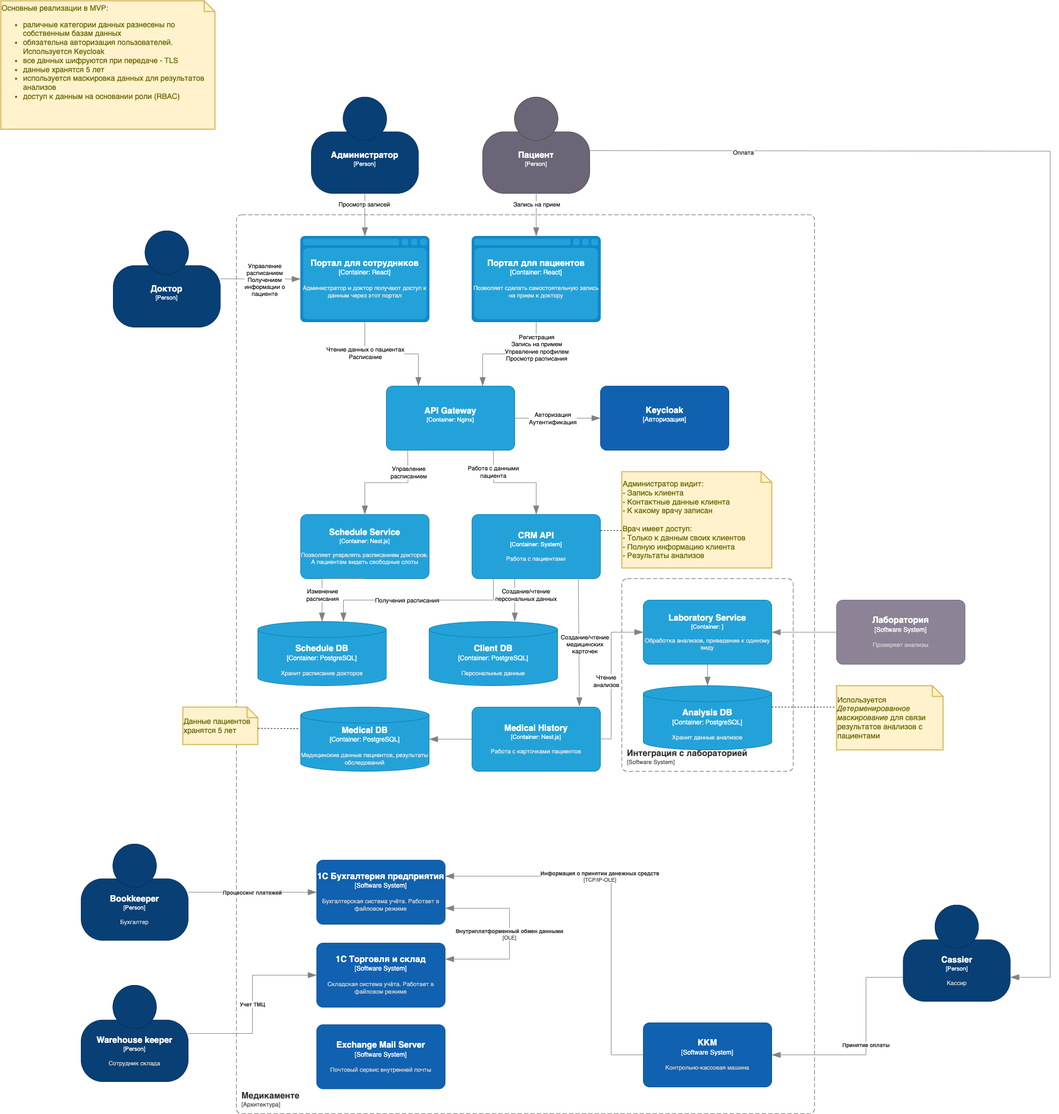
Above: Exc2/с4_container_mvp.png in Janitor93/architecture-sprint-10 (draw.io), before the change. Source tidied: cells renumbered, new cells last; positions are measured from the earlier drawing's top-left corner, leaving out a move shared by most shapes.
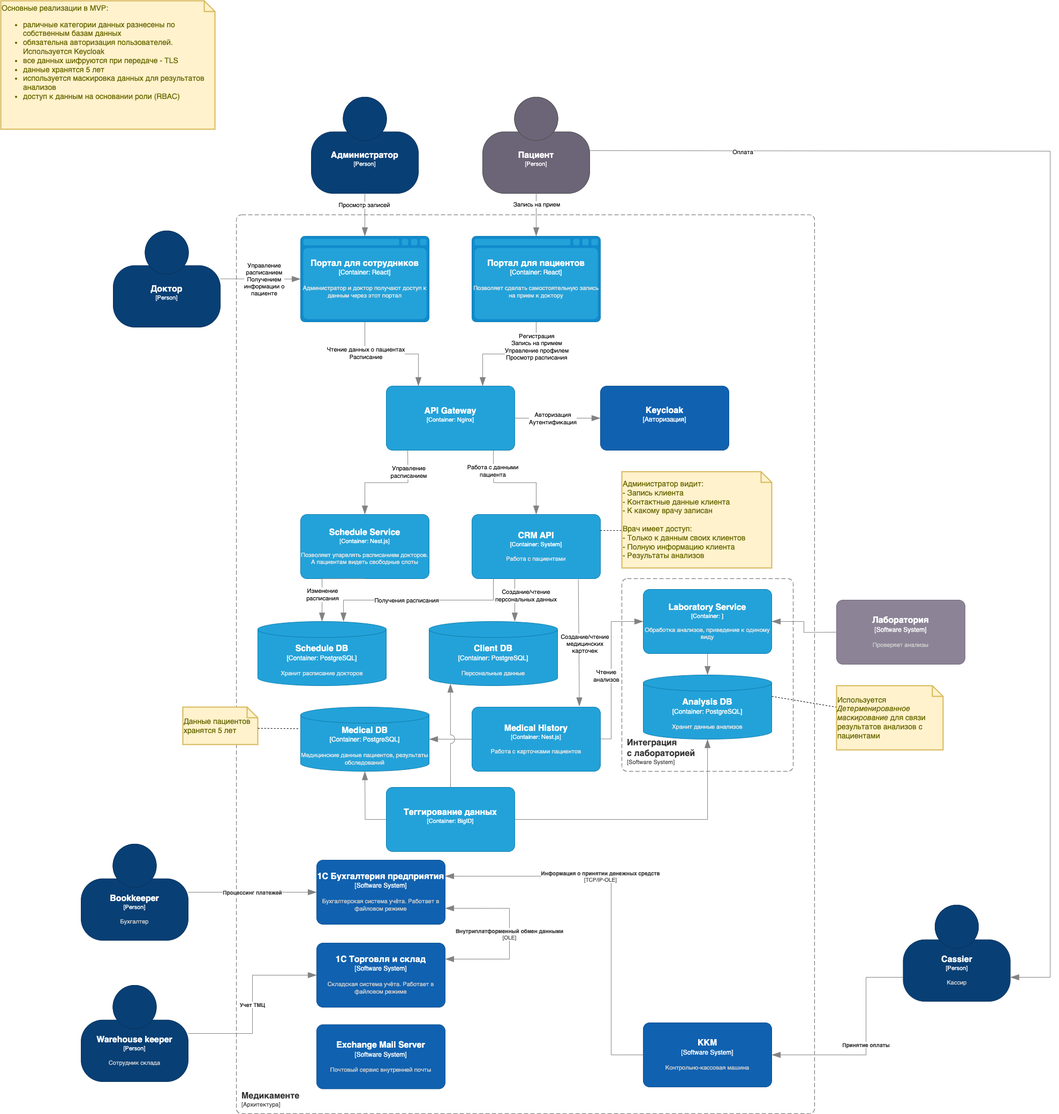
Above is the later version.

Change to the diagram source:
```diff
@@ -195,25 +195,25 @@
         <mxGeometry x="1561" y="1120" width="240" height="120" as="geometry" />
       </mxCell>
     </object>
-    <object id="38" label="&lt;font style=&quot;font-size: 16px&quot;&gt;&lt;b&gt;&lt;div style=&quot;text-align: left&quot;&gt;%c4Name%&lt;/div&gt;&lt;/b&gt;&lt;/font&gt;&lt;div style=&quot;text-align: left&quot;&gt;[%c4Application%]&lt;/div&gt;" c4Application="Software System" c4Name="Интеграция с лабораторией" c4Type="SystemScopeBoundary" placeholders="1">
+    <object id="38" label="&lt;font style=&quot;font-size: 16px&quot;&gt;&lt;b&gt;&lt;div style=&quot;text-align: left&quot;&gt;%c4Name%&lt;/div&gt;&lt;/b&gt;&lt;/font&gt;&lt;div style=&quot;text-align: left&quot;&gt;[%c4Application%]&lt;/div&gt;" c4Application="Software System" c4Name="Интеграция&#10;с лабораторией" c4Type="SystemScopeBoundary" placeholders="1">
       <mxCell style="rounded=1;fontSize=11;whiteSpace=wrap;html=1;dashed=1;arcSize=20;fillColor=none;strokeColor=#666666;fontColor=#333333;labelBackgroundColor=none;align=left;verticalAlign=bottom;labelBorderColor=none;spacingTop=0;spacing=10;dashPattern=8 4;perimeter=rectanglePerimeter;noLabel=0;labelPadding=0;absoluteArcSize=1;" parent="1" vertex="1">
         <mxGeometry x="1160" y="1080" width="320" height="360" as="geometry" />
       </mxCell>
     </object>
     <object id="39" label="&lt;font style=&quot;font-size: 16px&quot;&gt;&lt;b&gt;%c4Name%&lt;/b&gt;&lt;/font&gt;&lt;div&gt;[%c4Type%: %c4Technology%]&lt;/div&gt;&lt;br&gt;&lt;div&gt;&lt;font style=&quot;font-size: 11px&quot;&gt;&lt;font color=&quot;#E6E6E6&quot;&gt;%c4Description%&lt;/font&gt;&lt;/div&gt;" c4Description="Обработка анализов, приведение к одиному виду" c4Name="Laboratory Service" c4Technology="" c4Type="Container" placeholders="1">
       <mxCell style="rounded=1;whiteSpace=wrap;html=1;fontSize=11;labelBackgroundColor=none;fillColor=#23A2D9;fontColor=#ffffff;align=center;arcSize=10;strokeColor=#0E7DAD;points=[[0.25,0,0],[0.5,0,0],[0.75,0,0],[1,0.25,0],[1,0.5,0],[1,0.75,0],[0.75,1,0],[0.5,1,0],[0.25,1,0],[0,0.75,0],[0,0.5,0],[0,0.25,0]];" parent="1" vertex="1">
-        <mxGeometry x="1200" y="1120" width="240" height="120" as="geometry" />
+        <mxGeometry x="1200" y="1100" width="240" height="120" as="geometry" />
       </mxCell>
     </object>
     <object id="40" label="&lt;font style=&quot;font-size: 16px&quot;&gt;&lt;b&gt;%c4Name%&lt;/b&gt;&lt;/font&gt;&lt;div&gt;[%c4Type%:&amp;nbsp;%c4Technology%]&lt;/div&gt;&lt;br&gt;&lt;div&gt;&lt;font style=&quot;font-size: 11px&quot;&gt;&lt;font color=&quot;#E6E6E6&quot;&gt;%c4Description%&lt;/font&gt;&lt;/div&gt;" c4Description="Хранит данные анализов" c4Name="Analysis DB" c4Technology="PostgreSQL" c4Type="Container" placeholders="1">
       <mxCell style="shape=cylinder3;size=15;whiteSpace=wrap;html=1;boundedLbl=1;rounded=0;labelBackgroundColor=none;fillColor=#23A2D9;fontSize=12;fontColor=#ffffff;align=center;strokeColor=#0E7DAD;points=[[0.5,0,0],[1,0.25,0],[1,0.5,0],[1,0.75,0],[0.5,1,0],[0,0.75,0],[0,0.5,0],[0,0.25,0]];" parent="1" vertex="1">
-        <mxGeometry x="1200" y="1280" width="240" height="120" as="geometry" />
+        <mxGeometry x="1200" y="1260" width="240" height="120" as="geometry" />
       </mxCell>
     </object>
     <object id="41" label="" c4Type="Relationship" placeholders="1">
       <mxCell style="endArrow=blockThin;html=1;fontSize=10;fontColor=#404040;strokeWidth=1;endFill=1;strokeColor=#828282;elbow=vertical;endSize=14;startSize=14;jumpStyle=arc;jumpSize=16;rounded=0;edgeStyle=orthogonalEdgeStyle;exitX=0.5;exitY=1;exitDx=0;exitDy=0;exitPerimeter=0;" parent="1" edge="1" source="39">
         <mxGeometry relative="1" as="geometry">
-          <mxPoint x="1320" y="1280" as="targetPoint" />
+          <mxPoint x="1320" y="1260" as="targetPoint" />
         </mxGeometry>
       </mxCell>
     </object>
@@ -269,7 +269,7 @@
           <mxPoint x="1120" y="1379.5" as="sourcePoint" />
           <Array as="points">
             <mxPoint x="1140" y="1380" />
-            <mxPoint x="1140" y="1180" />
+            <mxPoint x="1140" y="1160" />
           </Array>
         </mxGeometry>
       </mxCell>
@@ -384,5 +384,27 @@
     <mxCell id="69" value="&lt;div&gt;Основные реализации в MVP:&lt;/div&gt;&lt;ul&gt;&lt;li&gt;раличные категории данных разнесены по собственным базам данных&lt;/li&gt;&lt;li&gt;обязательна авторизация пользователей. Используется Keycloak&lt;/li&gt;&lt;li&gt;все данных шифруются при передаче - TLS&lt;/li&gt;&lt;li&gt;данные хранятся 5 лет&lt;/li&gt;&lt;li&gt;используется маскировка данных для результатов анализов&lt;/li&gt;&lt;li&gt;доступ к данным на основании роли (RBAC)&lt;/li&gt;&lt;/ul&gt;&lt;div&gt;&lt;br&gt;&lt;/div&gt;&lt;div&gt;&lt;br&gt;&lt;/div&gt;" style="shape=note;strokeWidth=2;fontSize=14;size=20;whiteSpace=wrap;html=1;fillColor=#fff2cc;strokeColor=#d6b656;fontColor=#666600;align=left;" parent="1" vertex="1">
       <mxGeometry width="400" height="240" as="geometry" />
     </mxCell>
+    <object id="70" label="&lt;font style=&quot;font-size: 16px&quot;&gt;&lt;b&gt;%c4Name%&lt;/b&gt;&lt;/font&gt;&lt;div&gt;[%c4Type%: %c4Technology%]&lt;/div&gt;&lt;br&gt;&lt;div&gt;&lt;font style=&quot;font-size: 11px&quot;&gt;&lt;font color=&quot;#E6E6E6&quot;&gt;%c4Description%&lt;/font&gt;&lt;/div&gt;" c4Description="" c4Name="Теггирование данных" c4Technology="BigID" c4Type="Container" placeholders="1">
+      <mxCell style="rounded=1;whiteSpace=wrap;html=1;fontSize=11;labelBackgroundColor=none;fillColor=#23A2D9;fontColor=#ffffff;align=center;arcSize=10;strokeColor=#0E7DAD;points=[[0.25,0,0],[0.5,0,0],[0.75,0,0],[1,0.25,0],[1,0.5,0],[1,0.75,0],[0.75,1,0],[0.5,1,0],[0.25,1,0],[0,0.75,0],[0,0.5,0],[0,0.25,0]];" parent="1" vertex="1">
+        <mxGeometry x="720" y="1470" width="240" height="120" as="geometry" />
+      </mxCell>
+    </object>
+    <object id="71" label="" c4Type="Relationship" placeholders="1">
+      <mxCell style="endArrow=blockThin;html=1;fontSize=10;fontColor=#404040;strokeWidth=1;endFill=1;strokeColor=#828282;elbow=vertical;endSize=14;startSize=14;jumpStyle=arc;jumpSize=16;rounded=0;edgeStyle=orthogonalEdgeStyle;exitX=0.5;exitY=0;exitDx=0;exitDy=0;exitPerimeter=0;entryX=0.166;entryY=0.969;entryDx=0;entryDy=0;entryPerimeter=0;" parent="1" edge="1" source="70" target="29">
+        <mxGeometry relative="1" as="geometry" />
+      </mxCell>
+    </object>
+    <object id="72" label="" c4Type="Relationship" placeholders="1">
+      <mxCell style="endArrow=blockThin;html=1;fontSize=10;fontColor=#404040;strokeWidth=1;endFill=1;strokeColor=#828282;elbow=vertical;endSize=14;startSize=14;jumpStyle=arc;jumpSize=16;rounded=0;edgeStyle=orthogonalEdgeStyle;exitX=0;exitY=0.5;exitDx=0;exitDy=0;exitPerimeter=0;" parent="1" edge="1" source="70">
+        <mxGeometry relative="1" as="geometry">
+          <mxPoint x="680" y="1440" as="targetPoint" />
+        </mxGeometry>
+      </mxCell>
+    </object>
+    <object id="73" label="" c4Type="Relationship" placeholders="1">
+      <mxCell style="endArrow=blockThin;html=1;fontSize=10;fontColor=#404040;strokeWidth=1;endFill=1;strokeColor=#828282;elbow=vertical;endSize=14;startSize=14;jumpStyle=arc;jumpSize=16;rounded=0;edgeStyle=orthogonalEdgeStyle;exitX=1;exitY=0.5;exitDx=0;exitDy=0;exitPerimeter=0;entryX=0.5;entryY=1;entryDx=0;entryDy=0;entryPerimeter=0;" parent="1" edge="1" source="70" target="40">
+        <mxGeometry relative="1" as="geometry" />
+      </mxCell>
+    </object>
   </root>
 </mxGraphModel>
```
